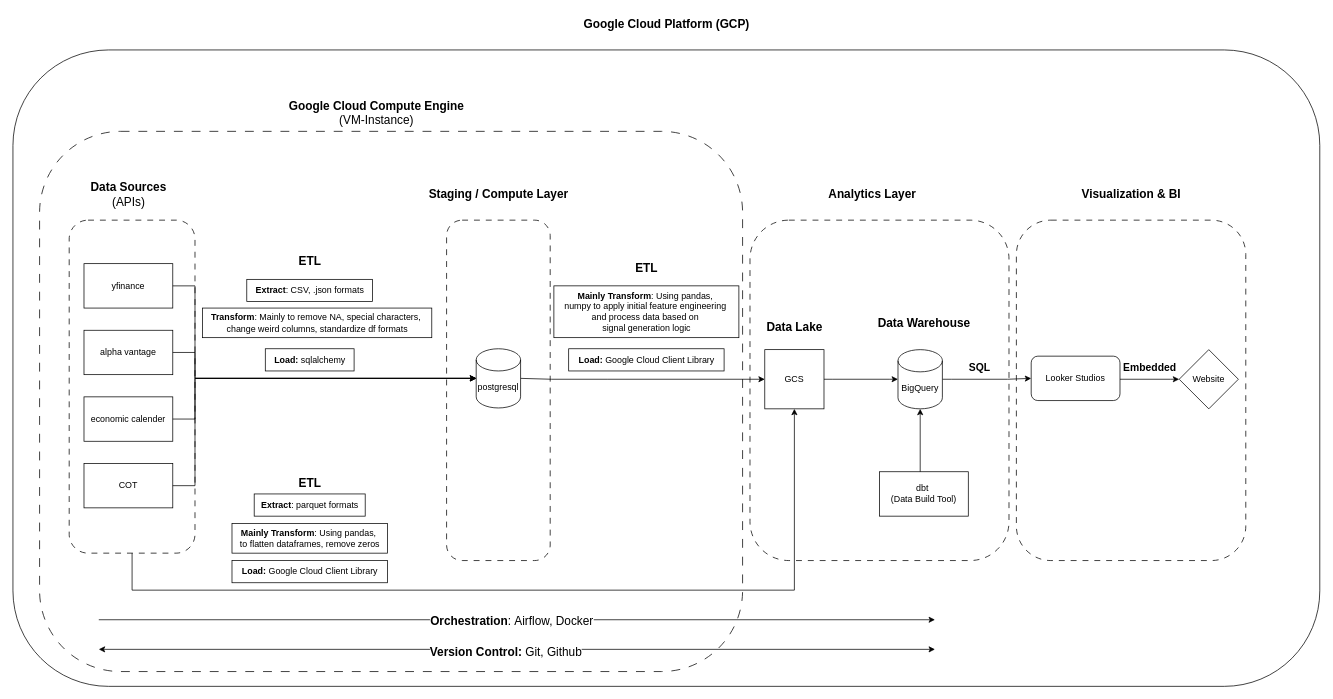
Tgop1310/Projects keeps this draw.io diagram as cloud_system_architecture.drawio. Above is the earlier version. Source tidied: cells renumbered, new cells numbered last; positions are measured from the earlier drawing's top-left corner, leaving out a move shared by most shapes. Both pictures are drawn from the tidied source at 74%, with x=0, y=0 at pixel (13, 13).
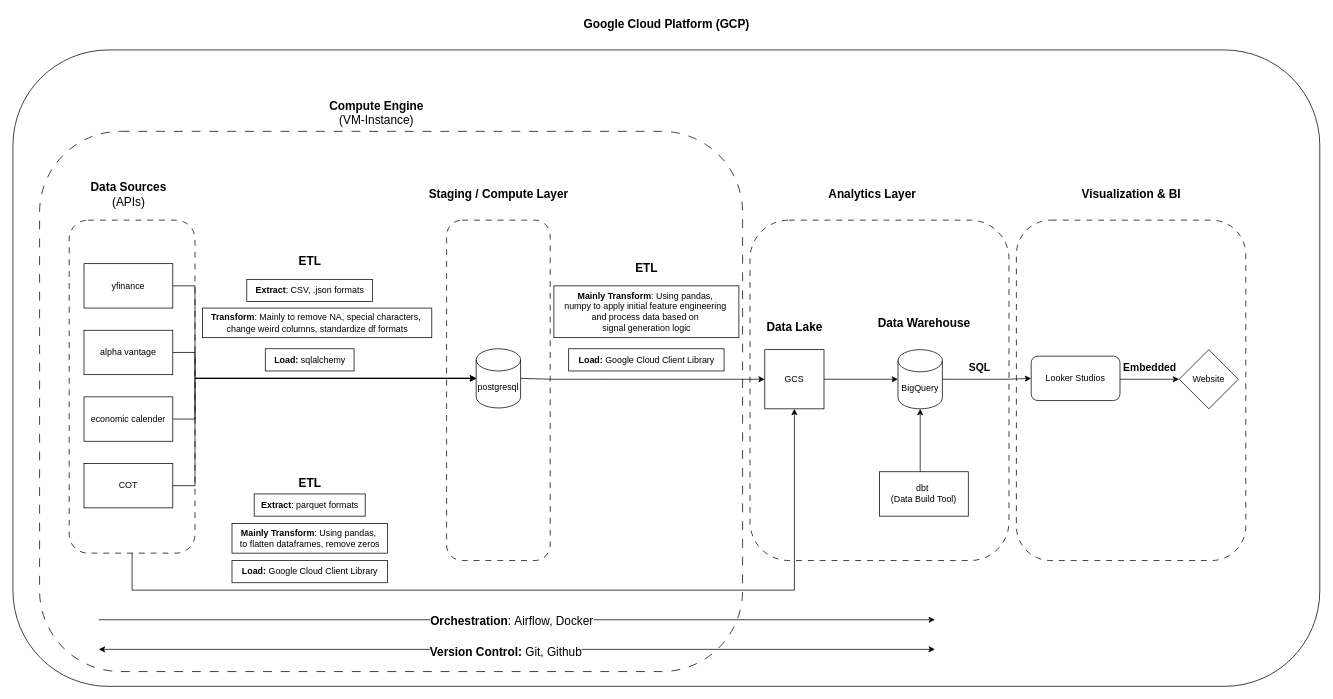
The same page after the edit.

What changed in the source:
```diff
@@
-    <mxCell id="52" value="Google Cloud Compute Engine&lt;div&gt;&lt;span style=&quot;font-weight: 400;&quot;&gt;(VM-Instance)&lt;/span&gt;&lt;/div&gt;" style="text;html=1;align=center;verticalAlign=middle;strokeColor=none;fillColor=none;fontStyle=1;fontSize=16;" parent="1" vertex="1">
-      <mxGeometry x="371" y="110" width="240" height="50" as="geometry" />
+    <mxCell id="52" value="Compute Engine&lt;div&gt;&lt;span style=&quot;font-weight: 400;&quot;&gt;(VM-Instance)&lt;/span&gt;&lt;/div&gt;" style="text;html=1;align=center;verticalAlign=middle;strokeColor=none;fillColor=none;fontStyle=1;fontSize=16;" parent="1" vertex="1">
+      <mxGeometry x="421" y="110" width="140" height="50" as="geometry" />
     </mxCell>
```
